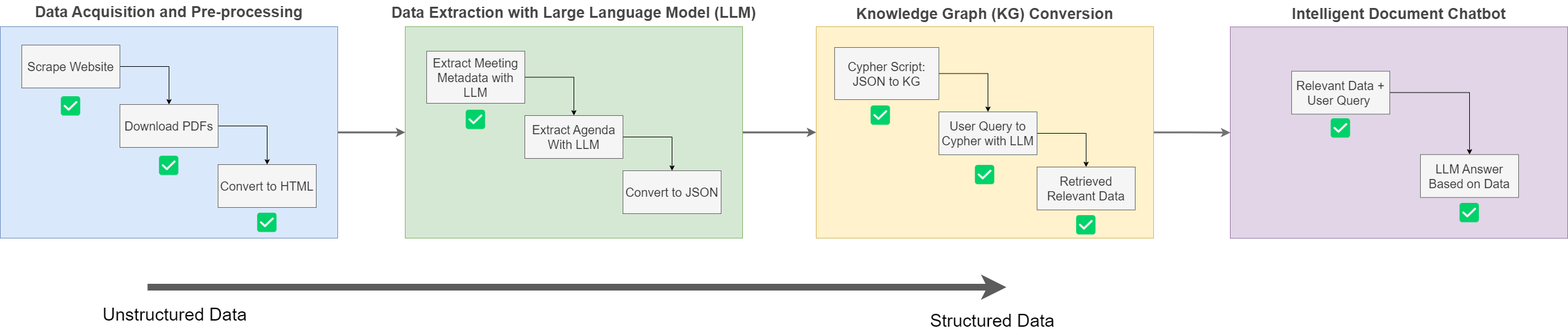
The draw.io diagram assets/meeting_protocols_workflow.png in NoviaIntSysGroup/llm-data-extraction, before a commit. Source tidied: cells renumbered, new cells last; positions are measured from the earlier drawing's top-left corner, leaving out a move shared by most shapes.
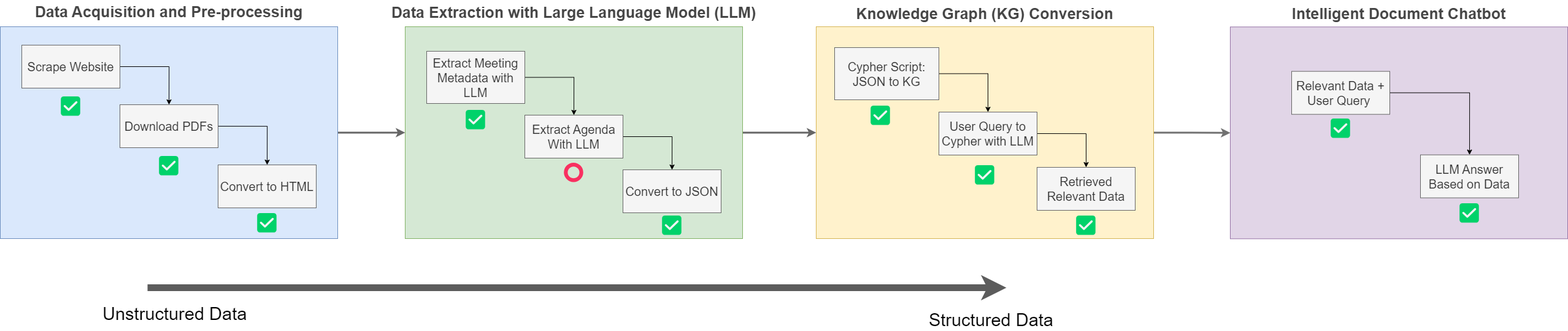
After the change.

Commit message:
Update meeting protocols workflow image

Diff of the diagram source:
```diff
@@ -45,10 +45,10 @@
       <mxGeometry relative="1" as="geometry" />
     </mxCell>
     <mxCell id="16" value="&lt;font style=&quot;font-size: 20px;&quot;&gt;Extract Agenda With LLM&lt;/font&gt;" style="rounded=0;whiteSpace=wrap;html=1;fillColor=#f5f5f5;fontColor=#333333;strokeColor=#666666;shadow=0;" parent="1" vertex="1">
-      <mxGeometry x="855" y="188" width="160" height="70" as="geometry" />
+      <mxGeometry x="855" y="187" width="160" height="70" as="geometry" />
     </mxCell>
     <mxCell id="17" value="&lt;font style=&quot;font-size: 20px;&quot;&gt;Convert to JSON&lt;/font&gt;" style="rounded=0;whiteSpace=wrap;html=1;fillColor=#f5f5f5;fontColor=#333333;strokeColor=#666666;shadow=0;" parent="1" vertex="1">
-      <mxGeometry x="1015" y="278" width="160" height="70" as="geometry" />
+      <mxGeometry x="1015" y="276" width="160" height="70" as="geometry" />
     </mxCell>
     <mxCell id="18" style="edgeStyle=orthogonalEdgeStyle;rounded=0;jettySize=auto;html=1;exitX=1;exitY=0.5;exitDx=0;exitDy=0;entryX=0.5;entryY=0;entryDx=0;entryDy=0;shadow=0;" parent="1" edge="1" source="19" target="21">
       <mxGeometry relative="1" as="geometry" />
@@ -132,5 +132,11 @@
     <mxCell id="42" value="&lt;font style=&quot;font-size: 32px;&quot;&gt;✅&lt;/font&gt;" style="text;html=1;strokeColor=none;fillColor=none;align=center;verticalAlign=middle;whiteSpace=wrap;rounded=0;" parent="1" vertex="1">
       <mxGeometry x="1720" y="321.7" width="100" height="90" as="geometry" />
     </mxCell>
+    <mxCell id="43" value="&lt;font style=&quot;font-size: 32px;&quot;&gt;✅&lt;/font&gt;" style="text;html=1;strokeColor=none;fillColor=none;align=center;verticalAlign=middle;whiteSpace=wrap;rounded=0;" parent="1" vertex="1">
+      <mxGeometry x="1045" y="321.7" width="100" height="90" as="geometry" />
+    </mxCell>
+    <mxCell id="44" value="&lt;font style=&quot;font-size: 32px;&quot;&gt;⭕&lt;/font&gt;" style="text;html=1;strokeColor=none;fillColor=none;align=center;verticalAlign=middle;whiteSpace=wrap;rounded=0;" parent="1" vertex="1">
+      <mxGeometry x="885" y="236" width="100" height="90" as="geometry" />
+    </mxCell>
   </root>
 </mxGraphModel>
```
